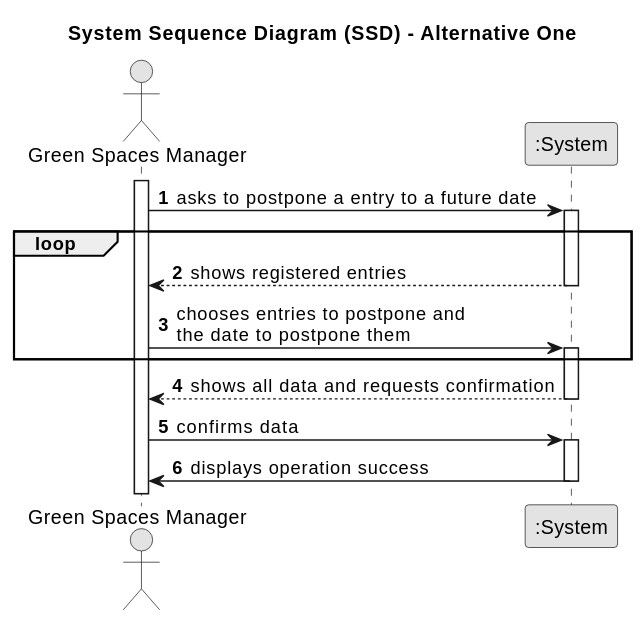
Above: docs/sprintC/us024/01.requirements-engineering/svg/us024-system-sequence-diagram-alternative-one.svg in diogoveirospro/lei-24-s2-1dg-g072 (PlantUML), before the change.
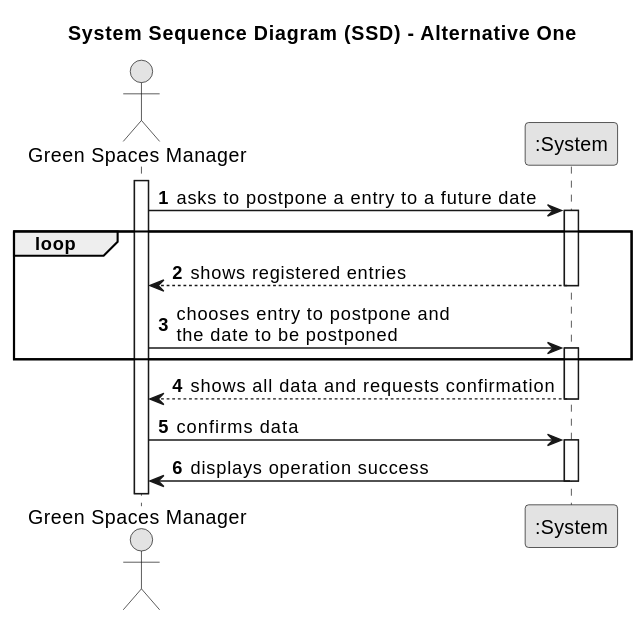
The same diagram one commit later.

Diff of the diagram source:
```diff
@@ -19,7 +19,7 @@
         System --> Employee : shows registered entries
     deactivate System
 
-    Employee -> System : chooses entries to postpone and \nthe date to postpone them
+    Employee -> System : chooses entry to postpone and \nthe date to be postponed
     activate System
 
 end
```
